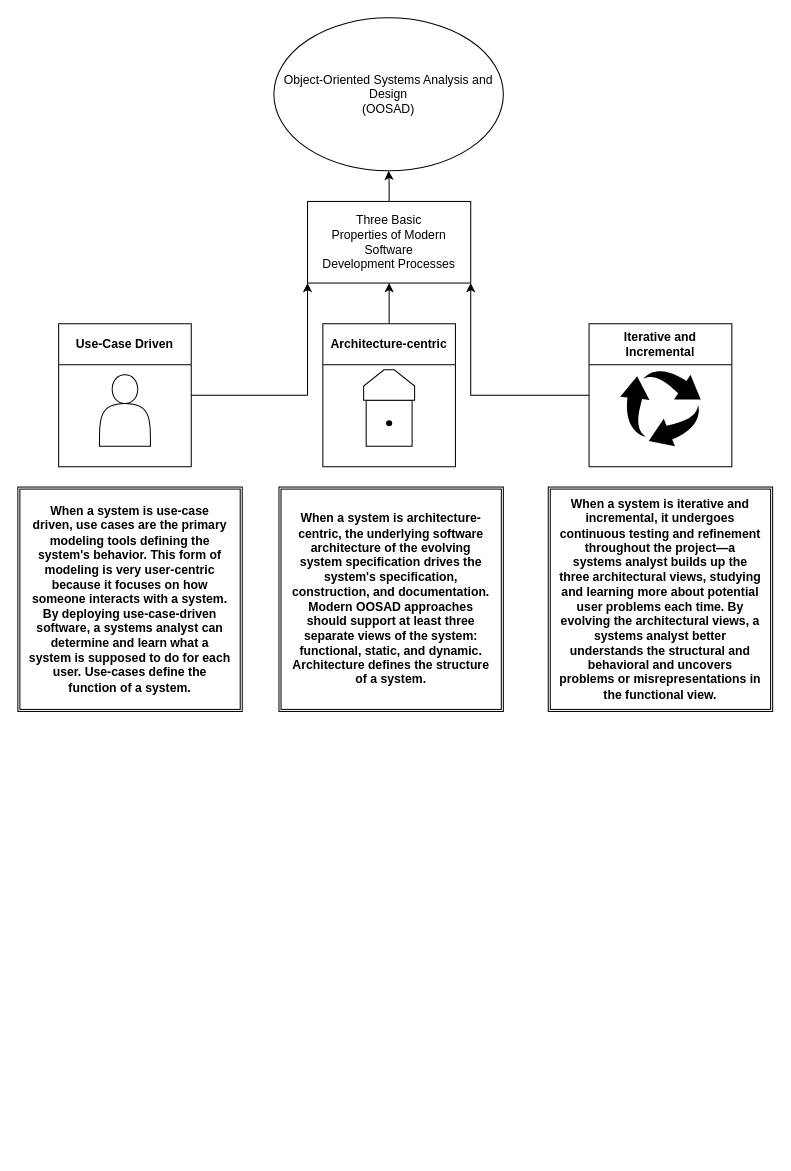
Earlier version of the draw.io diagram Untitled Diagram.drawio (HJWC15/UML). Source tidied: cells renumbered, new cells numbered last; positions are measured from the earlier drawing's top-left corner, leaving out a move shared by most shapes. Both pictures are drawn from the tidied source at 102%, with x=0, y=0 at pixel (17, 17).
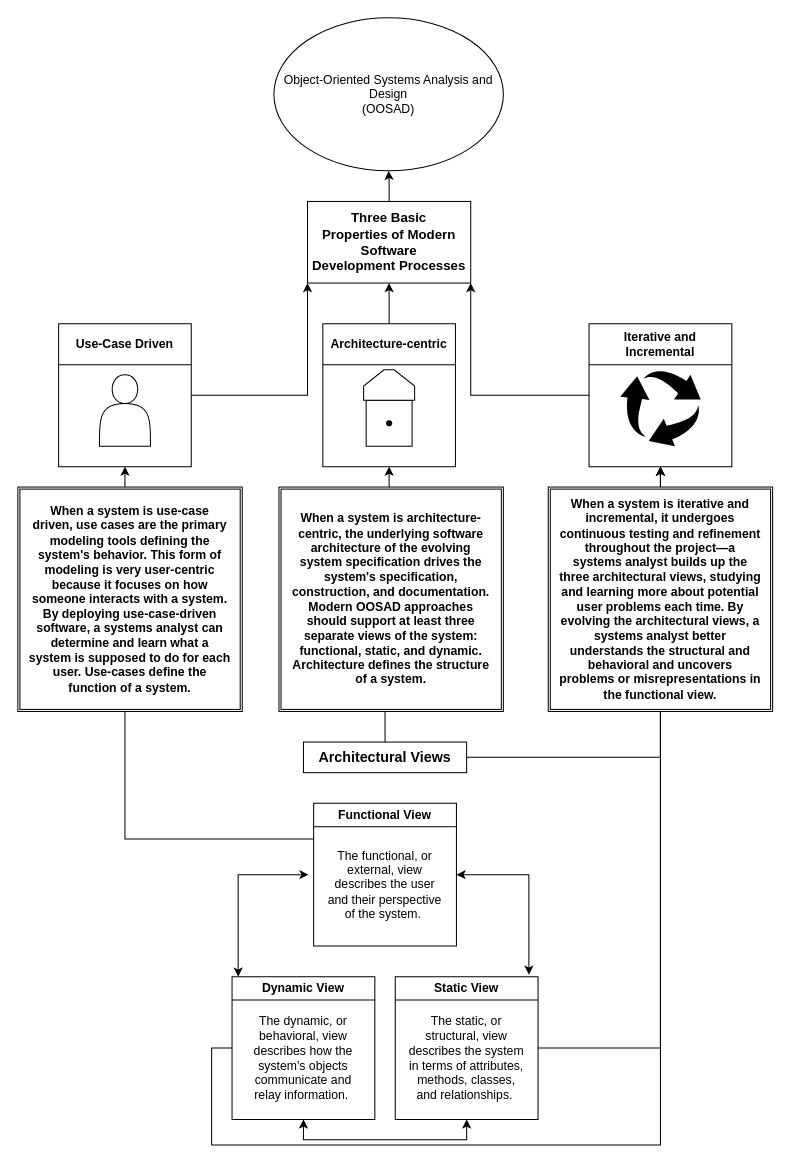
The same page after the edit.

Unchanged cells that the change refers to:
```xml
<mxCell id="6" value="Use-Case Driven" style="swimlane;whiteSpace=wrap;html=1;startSize=40;" parent="1" vertex="1">
  <mxGeometry x="40" y="300" width="130" height="140" as="geometry" />
</mxCell>
<mxCell id="9" value="Architecture-centric" style="swimlane;whiteSpace=wrap;html=1;startSize=40;" parent="1" vertex="1">
  <mxGeometry x="299" y="300" width="130" height="140" as="geometry" />
</mxCell>
<mxCell id="14" value="Iterative and Incremental" style="swimlane;whiteSpace=wrap;html=1;startSize=40;" parent="1" vertex="1">
  <mxGeometry x="560" y="300" width="140" height="140" as="geometry" />
</mxCell>
```

Change to the diagram source:
```diff
@@
+    <mxCell id="22" style="edgeStyle=orthogonalEdgeStyle;rounded=0;jettySize=auto;html=1;exitX=0;exitY=0.5;exitDx=0;exitDy=0;entryX=0.5;entryY=1;entryDx=0;entryDy=0;" parent="1" edge="1" source="32" target="14">
+      <mxGeometry relative="1" as="geometry">
+        <Array as="points">
+          <mxPoint x="190" y="1010" />
+          <mxPoint x="190" y="1105" />
+          <mxPoint x="630" y="1105" />
+        </Array>
+      </mxGeometry>
+    </mxCell>
+    <mxCell id="23" style="edgeStyle=orthogonalEdgeStyle;rounded=0;jettySize=auto;html=1;exitX=1;exitY=0.5;exitDx=0;exitDy=0;entryX=0.5;entryY=1;entryDx=0;entryDy=0;" parent="1" edge="1" source="30" target="14">
+      <mxGeometry relative="1" as="geometry" />
+    </mxCell>
+    <mxCell id="24" style="edgeStyle=orthogonalEdgeStyle;rounded=0;jettySize=auto;html=1;exitX=0;exitY=0.25;exitDx=0;exitDy=0;entryX=0.5;entryY=1;entryDx=0;entryDy=0;" parent="1" edge="1" source="28" target="6">
+      <mxGeometry relative="1" as="geometry" />
+    </mxCell>
+    <mxCell id="25" style="edgeStyle=orthogonalEdgeStyle;rounded=0;jettySize=auto;html=1;exitX=1;exitY=0.5;exitDx=0;exitDy=0;entryX=0.5;entryY=1;entryDx=0;entryDy=0;" parent="1" edge="1" source="36" target="14">
+      <mxGeometry relative="1" as="geometry" />
+    </mxCell>
+    <mxCell id="26" style="edgeStyle=orthogonalEdgeStyle;rounded=0;jettySize=auto;html=1;exitX=0.5;exitY=0;exitDx=0;exitDy=0;entryX=0.5;entryY=1;entryDx=0;entryDy=0;" parent="1" edge="1" source="36" target="9">
+      <mxGeometry relative="1" as="geometry" />
+    </mxCell>
@@
-    <mxCell id="4" value="Three Basic&lt;br/&gt;Properties of Modern Software&lt;br/&gt;Development Processes" style="rounded=0;whiteSpace=wrap;html=1;" parent="1" vertex="1">
+    <mxCell id="4" value="&lt;b style=&quot;font-size: 13px;&quot;&gt;Three Basic&lt;br&gt;Properties of Modern Software&lt;br&gt;Development Processes&lt;/b&gt;" style="rounded=0;whiteSpace=wrap;html=1;" parent="1" vertex="1">
       <mxGeometry x="284" y="180" width="160" height="80" as="geometry" />
     </mxCell>
@@
+    <mxCell id="27" style="edgeStyle=orthogonalEdgeStyle;rounded=0;jettySize=auto;html=1;exitX=1;exitY=0.5;exitDx=0;exitDy=0;entryX=0.936;entryY=-0.014;entryDx=0;entryDy=0;entryPerimeter=0;startArrow=classic;startFill=1;" parent="1" edge="1" source="28" target="30">
+      <mxGeometry relative="1" as="geometry" />
+    </mxCell>
+    <mxCell id="28" value="Functional View" style="swimlane;whiteSpace=wrap;html=1;" parent="1" vertex="1">
+      <mxGeometry x="290" y="770" width="140" height="140" as="geometry" />
+    </mxCell>
+    <mxCell id="29" value="The functional, or external, view describes the user and their perspective of the system.&amp;nbsp;" style="text;html=1;strokeColor=none;fillColor=none;align=center;verticalAlign=middle;whiteSpace=wrap;rounded=0;" parent="28" vertex="1">
+      <mxGeometry x="10" y="30" width="120" height="100" as="geometry" />
+    </mxCell>
+    <mxCell id="30" value="Static View" style="swimlane;whiteSpace=wrap;html=1;" parent="1" vertex="1">
+      <mxGeometry x="370" y="940" width="140" height="140" as="geometry" />
+    </mxCell>
+    <mxCell id="31" value="The static, or structural, view describes the system in terms of attributes, methods, classes, and relationships.&amp;nbsp;" style="text;html=1;strokeColor=none;fillColor=none;align=center;verticalAlign=middle;whiteSpace=wrap;rounded=0;" parent="30" vertex="1">
+      <mxGeometry x="10" y="30" width="120" height="100" as="geometry" />
+    </mxCell>
+    <mxCell id="32" value="Dynamic View" style="swimlane;whiteSpace=wrap;html=1;" parent="1" vertex="1">
+      <mxGeometry x="210" y="940" width="140" height="140" as="geometry" />
+    </mxCell>
+    <mxCell id="33" value="The dynamic, or behavioral, view describes how the system's objects communicate and relay information.&amp;nbsp;" style="text;html=1;strokeColor=none;fillColor=none;align=center;verticalAlign=middle;whiteSpace=wrap;rounded=0;" parent="32" vertex="1">
+      <mxGeometry x="10" y="30" width="120" height="100" as="geometry" />
+    </mxCell>
+    <mxCell id="34" style="edgeStyle=orthogonalEdgeStyle;rounded=0;orthogonalLoop=1;jettySize=auto;html=1;entryX=0.107;entryY=0;entryDx=0;entryDy=0;entryPerimeter=0;strokeWidth=1;endArrow=classic;endFill=1;startArrow=classic;startFill=1;" parent="1" edge="1">
+      <mxGeometry relative="1" as="geometry">
+        <mxPoint x="285" y="840" as="sourcePoint" />
+        <mxPoint x="216" y="940" as="targetPoint" />
+        <Array as="points">
+          <mxPoint x="216" y="840" />
+        </Array>
+      </mxGeometry>
+    </mxCell>
+    <mxCell id="35" style="edgeStyle=orthogonalEdgeStyle;rounded=0;jettySize=auto;html=1;entryX=0.5;entryY=1;entryDx=0;entryDy=0;exitX=0.5;exitY=1;exitDx=0;exitDy=0;startArrow=classic;startFill=1;" parent="1" edge="1" source="32" target="30">
+      <mxGeometry relative="1" as="geometry" />
+    </mxCell>
+    <mxCell id="36" value="&lt;b&gt;&lt;font style=&quot;font-size: 14px;&quot;&gt;Architectural Views&lt;/font&gt;&lt;/b&gt;" style="rounded=0;whiteSpace=wrap;html=1;" parent="1" vertex="1">
+      <mxGeometry x="280" y="710" width="160" height="30" as="geometry" />
+    </mxCell>
```
